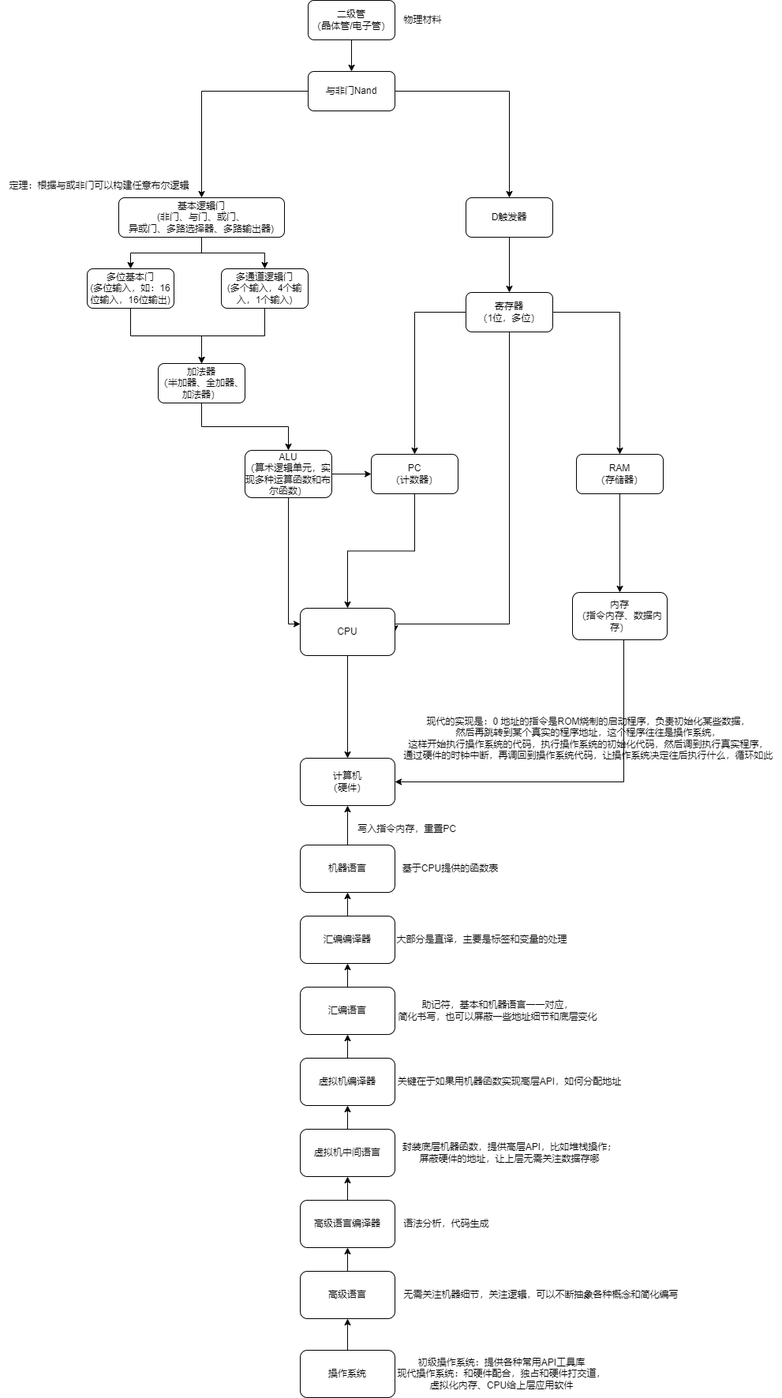
chaolinye/man keeps this draw.io diagram as docs/images/computer-build.png. Above is the earlier version. Source tidied: cells renumbered, new cells last; positions are measured from the earlier drawing's top-left corner, leaving out a move shared by most shapes.
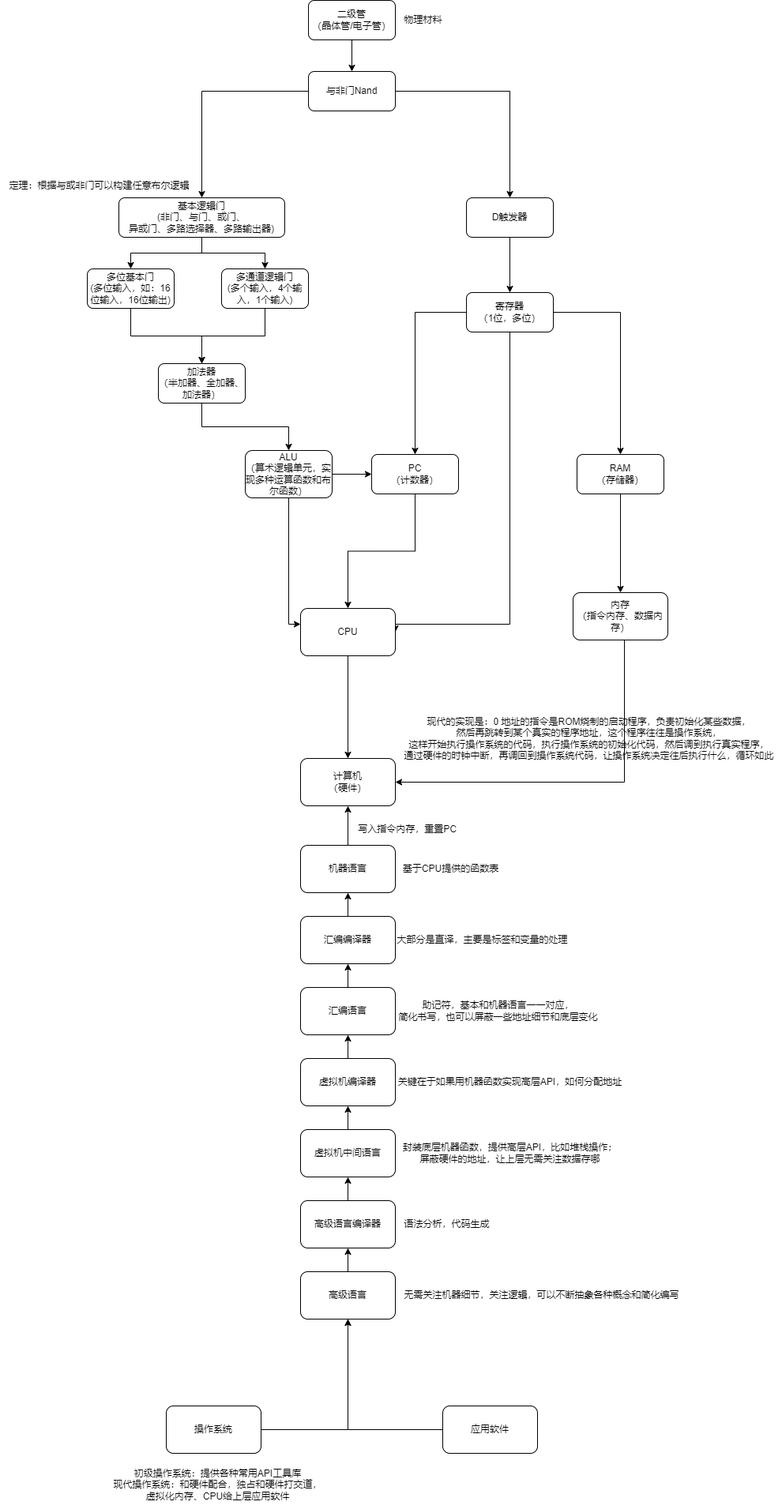
The same diagram one commit later.

Diff of the diagram source:
```diff
@@ -187,16 +187,22 @@
       <mxGeometry relative="1" as="geometry" />
     </mxCell>
     <mxCell id="58" value="操作系统" style="whiteSpace=wrap;html=1;rounded=1;" parent="1" vertex="1">
-      <mxGeometry x="380" y="1710" width="120" height="60" as="geometry" />
+      <mxGeometry x="210" y="1780" width="120" height="60" as="geometry" />
     </mxCell>
     <mxCell id="59" value="无需关注机器细节，关注逻辑，可以不断抽象各种概念和简化编写" style="text;html=1;align=center;verticalAlign=middle;strokeColor=none;fillColor=none;" parent="1" vertex="1">
       <mxGeometry x="500" y="1625" width="370" height="30" as="geometry" />
     </mxCell>
     <mxCell id="60" value="初级操作系统：提供各种常用API工具库&lt;br&gt;现代操作系统：和硬件配合，独占和硬件打交道，&lt;br&gt;虚拟化内存、CPU给上层应用软件" style="text;html=1;align=center;verticalAlign=middle;strokeColor=none;fillColor=none;" parent="1" vertex="1">
-      <mxGeometry x="490" y="1710" width="290" height="60" as="geometry" />
+      <mxGeometry x="130" y="1850" width="290" height="60" as="geometry" />
     </mxCell>
     <mxCell id="61" value="现代的实现是：0 地址的指令是ROM烧制的启动程序，负责初始化某些数据，&lt;br&gt;然后再跳转到某个真实的程序地址，这个程序往往是操作系统，&lt;br&gt;这样开始执行操作系统的代码，执行操作系统的初始化代码，然后调到执行真实程序，&lt;br&gt;通过硬件的时钟中断，再调回到操作系统代码，让操作系统决定往后执行什么，循环如此" style="text;html=1;align=center;verticalAlign=middle;strokeColor=none;fillColor=none;" parent="1" vertex="1">
       <mxGeometry x="500" y="900" width="490" height="70" as="geometry" />
     </mxCell>
+    <mxCell id="62" style="edgeStyle=orthogonalEdgeStyle;rounded=0;jettySize=auto;html=1;entryX=0.5;entryY=1;entryDx=0;entryDy=0;" parent="1" edge="1" source="63" target="54">
+      <mxGeometry relative="1" as="geometry" />
+    </mxCell>
+    <mxCell id="63" value="应用软件" style="whiteSpace=wrap;html=1;rounded=1;" parent="1" vertex="1">
+      <mxGeometry x="560" y="1780" width="120" height="60" as="geometry" />
+    </mxCell>
   </root>
 </mxGraphModel>
```
